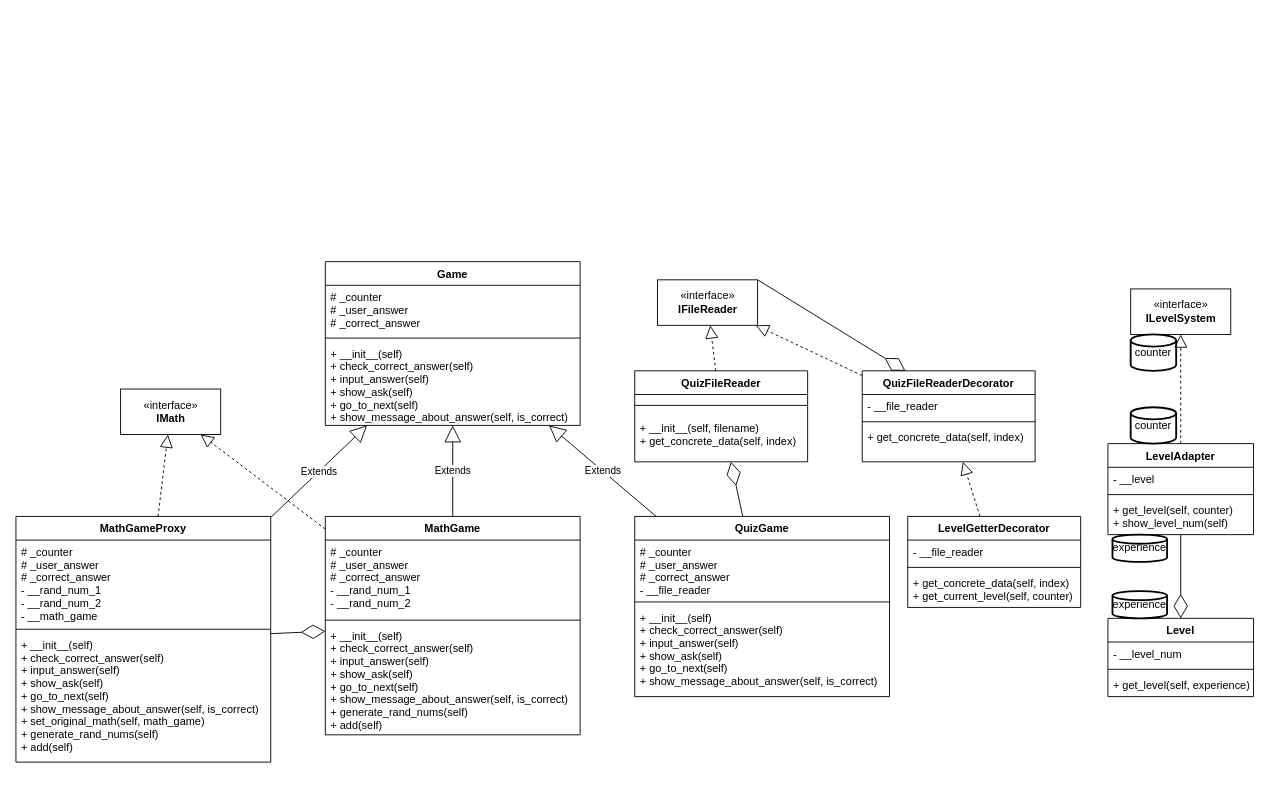
Earlier version of the draw.io diagram 6_sem/OOP__Kruchkova-Savchenko/лаб5-6/lab5_oop.drawio (ShulV/AltSTU_repo). Source tidied: cells renumbered, new cells numbered last; positions are measured from the earlier drawing's top-left corner, leaving out a move shared by most shapes. Both pictures are drawn from the tidied source at 91%, with x=0, y=0 at pixel (15, 261).
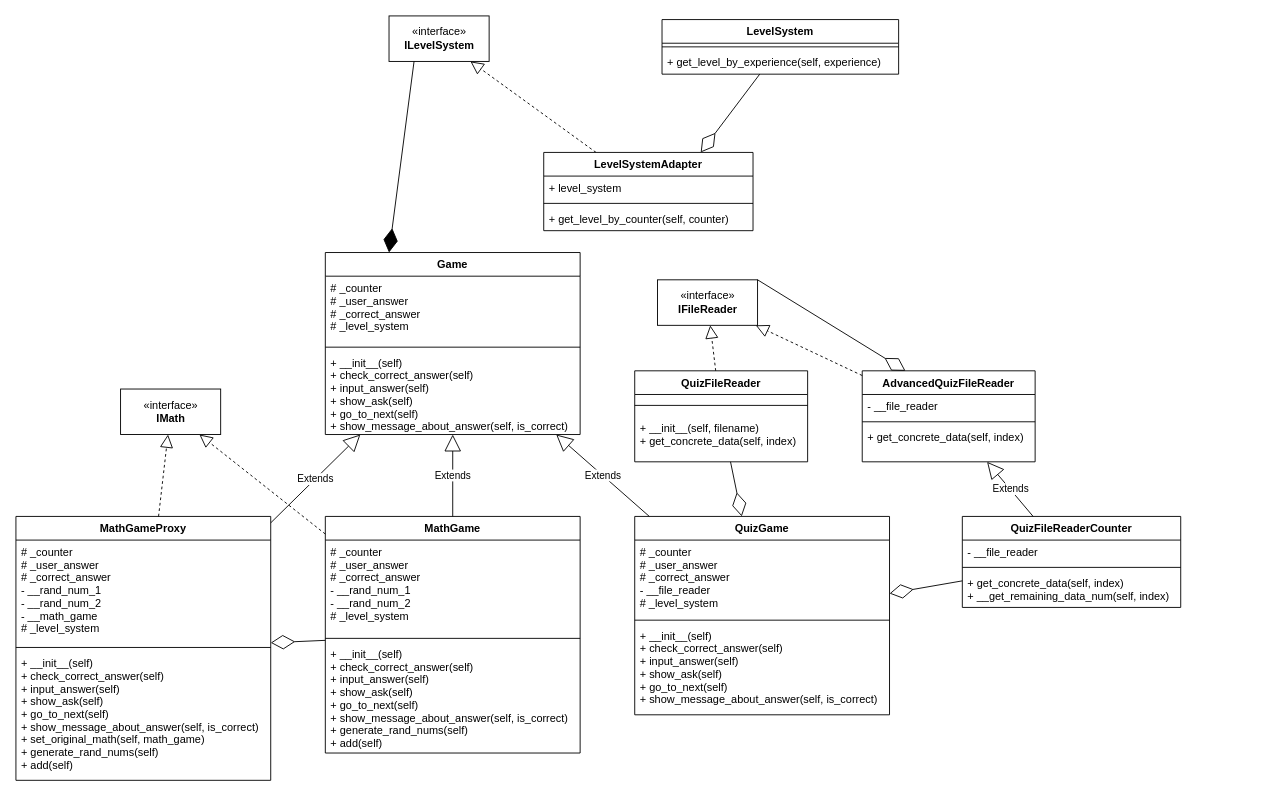
Above is the later version.

Unchanged cells that the change refers to:
```xml
<mxCell id="4" value="QuizFileReader" style="swimlane;fontStyle=1;align=center;verticalAlign=top;horizontal=1;startSize=26;" parent="1" vertex="1">
  <mxGeometry x="680" y="120" width="190" height="100" as="geometry" />
</mxCell>
```

The edit, as a diff of the source:
```diff
@@
     <mxCell id="8" value="Game" style="swimlane;fontStyle=1;align=center;verticalAlign=top;horizontal=1;startSize=26;" parent="1" vertex="1">
-      <mxGeometry x="340" width="280" height="180" as="geometry" />
+      <mxGeometry x="340" y="-10" width="280" height="200" as="geometry" />
     </mxCell>
-    <mxCell id="9" value="# _counter&#10;# _user_answer&#10;# _correct_answer" style="text;strokeColor=none;fillColor=none;align=left;verticalAlign=top;spacingLeft=4;spacingRight=4;overflow=hidden;" parent="8" vertex="1">
-      <mxGeometry y="26" width="280" height="54" as="geometry" />
+    <mxCell id="9" value="# _counter&#10;# _user_answer&#10;# _correct_answer&#10;# _level_system" style="text;strokeColor=none;fillColor=none;align=left;verticalAlign=top;spacingLeft=4;spacingRight=4;overflow=hidden;" parent="8" vertex="1">
+      <mxGeometry y="26" width="280" height="74" as="geometry" />
     </mxCell>
     <mxCell id="10" style="line;strokeWidth=1;fillColor=none;align=left;verticalAlign=middle;spacingTop=-1;spacingLeft=3;spacingRight=3;labelPosition=right;" parent="8" vertex="1">
-      <mxGeometry y="80" width="280" height="8" as="geometry" />
+      <mxGeometry y="100" width="280" height="8" as="geometry" />
     </mxCell>
     <mxCell id="11" value="+ __init__(self)&#10;+ check_correct_answer(self)&#10;+ input_answer(self)&#10;+ show_ask(self)&#10;+ go_to_next(self)&#10;+ show_message_about_answer(self, is_correct)" style="text;strokeColor=none;fillColor=none;align=left;verticalAlign=top;spacingLeft=4;spacingRight=4;overflow=hidden;" parent="8" vertex="1">
-      <mxGeometry y="88" width="280" height="92" as="geometry" />
+      <mxGeometry y="108" width="280" height="92" as="geometry" />
     </mxCell>
     <mxCell id="12" value="MathGame" style="swimlane;fontStyle=1;align=center;verticalAlign=top;horizontal=1;startSize=26;" parent="1" vertex="1">
-      <mxGeometry x="340" y="280" width="280" height="240" as="geometry" />
+      <mxGeometry x="340" y="280" width="280" height="260" as="geometry" />
     </mxCell>
-    <mxCell id="13" value="# _counter&#10;# _user_answer&#10;# _correct_answer&#10;- __rand_num_1&#10;- __rand_num_2" style="text;strokeColor=none;fillColor=none;align=left;verticalAlign=top;spacingLeft=4;spacingRight=4;overflow=hidden;" parent="12" vertex="1">
-      <mxGeometry y="26" width="280" height="84" as="geometry" />
+    <mxCell id="13" value="# _counter&#10;# _user_answer&#10;# _correct_answer&#10;- __rand_num_1&#10;- __rand_num_2&#10;# _level_system" style="text;strokeColor=none;fillColor=none;align=left;verticalAlign=top;spacingLeft=4;spacingRight=4;overflow=hidden;" parent="12" vertex="1">
+      <mxGeometry y="26" width="280" height="104" as="geometry" />
     </mxCell>
     <mxCell id="14" style="line;strokeWidth=1;fillColor=none;align=left;verticalAlign=middle;spacingTop=-1;spacingLeft=3;spacingRight=3;labelPosition=right;" parent="12" vertex="1">
-      <mxGeometry y="110" width="280" height="8" as="geometry" />
+      <mxGeometry y="130" width="280" height="8" as="geometry" />
     </mxCell>
     <mxCell id="15" value="+ __init__(self)&#10;+ check_correct_answer(self)&#10;+ input_answer(self)&#10;+ show_ask(self)&#10;+ go_to_next(self)&#10;+ show_message_about_answer(self, is_correct)&#10;+ generate_rand_nums(self)&#10;+ add(self)" style="text;strokeColor=none;fillColor=none;align=left;verticalAlign=top;spacingLeft=4;spacingRight=4;overflow=hidden;" parent="12" vertex="1">
-      <mxGeometry y="118" width="280" height="122" as="geometry" />
+      <mxGeometry y="138" width="280" height="122" as="geometry" />
     </mxCell>
     <mxCell id="16" value="MathGameProxy" style="swimlane;fontStyle=1;align=center;verticalAlign=top;horizontal=1;startSize=26;" parent="1" vertex="1">
-      <mxGeometry y="280" width="280" height="270" as="geometry" />
+      <mxGeometry y="280" width="280" height="290" as="geometry" />
     </mxCell>
-    <mxCell id="17" value="# _counter&#10;# _user_answer&#10;# _correct_answer&#10;- __rand_num_1&#10;- __rand_num_2&#10;- __math_game" style="text;strokeColor=none;fillColor=none;align=left;verticalAlign=top;spacingLeft=4;spacingRight=4;overflow=hidden;" parent="16" vertex="1">
-      <mxGeometry y="26" width="280" height="94" as="geometry" />
+    <mxCell id="17" value="# _counter&#10;# _user_answer&#10;# _correct_answer&#10;- __rand_num_1&#10;- __rand_num_2&#10;- __math_game&#10;# _level_system" style="text;strokeColor=none;fillColor=none;align=left;verticalAlign=top;spacingLeft=4;spacingRight=4;overflow=hidden;" parent="16" vertex="1">
+      <mxGeometry y="26" width="280" height="114" as="geometry" />
     </mxCell>
     <mxCell id="18" style="line;strokeWidth=1;fillColor=none;align=left;verticalAlign=middle;spacingTop=-1;spacingLeft=3;spacingRight=3;labelPosition=right;" parent="16" vertex="1">
-      <mxGeometry y="120" width="280" height="8" as="geometry" />
+      <mxGeometry y="140" width="280" height="8" as="geometry" />
     </mxCell>
     <mxCell id="19" value="+ __init__(self)&#10;+ check_correct_answer(self)&#10;+ input_answer(self)&#10;+ show_ask(self)&#10;+ go_to_next(self)&#10;+ show_message_about_answer(self, is_correct)&#10;+ set_original_math(self, math_game)&#10;+ generate_rand_nums(self)&#10;+ add(self)" style="text;strokeColor=none;fillColor=none;align=left;verticalAlign=top;spacingLeft=4;spacingRight=4;overflow=hidden;" parent="16" vertex="1">
-      <mxGeometry y="128" width="280" height="142" as="geometry" />
+      <mxGeometry y="148" width="280" height="142" as="geometry" />
     </mxCell>
@@
     <mxCell id="24" value="QuizGame" style="swimlane;fontStyle=1;align=center;verticalAlign=top;horizontal=1;startSize=26;" parent="1" vertex="1">
-      <mxGeometry x="680" y="280" width="280" height="198" as="geometry" />
+      <mxGeometry x="680" y="280" width="280" height="218" as="geometry" />
     </mxCell>
-    <mxCell id="25" value="# _counter&#10;# _user_answer&#10;# _correct_answer&#10;- __file_reader" style="text;strokeColor=none;fillColor=none;align=left;verticalAlign=top;spacingLeft=4;spacingRight=4;overflow=hidden;" parent="24" vertex="1">
-      <mxGeometry y="26" width="280" height="64" as="geometry" />
+    <mxCell id="25" value="# _counter&#10;# _user_answer&#10;# _correct_answer&#10;- __file_reader&#10;# _level_system" style="text;strokeColor=none;fillColor=none;align=left;verticalAlign=top;spacingLeft=4;spacingRight=4;overflow=hidden;" parent="24" vertex="1">
+      <mxGeometry y="26" width="280" height="84" as="geometry" />
     </mxCell>
     <mxCell id="26" style="line;strokeWidth=1;fillColor=none;align=left;verticalAlign=middle;spacingTop=-1;spacingLeft=3;spacingRight=3;labelPosition=right;" parent="24" vertex="1">
-      <mxGeometry y="90" width="280" height="8" as="geometry" />
+      <mxGeometry y="110" width="280" height="8" as="geometry" />
     </mxCell>
     <mxCell id="27" value="+ __init__(self)&#10;+ check_correct_answer(self)&#10;+ input_answer(self)&#10;+ show_ask(self)&#10;+ go_to_next(self)&#10;+ show_message_about_answer(self, is_correct)" style="text;strokeColor=none;fillColor=none;align=left;verticalAlign=top;spacingLeft=4;spacingRight=4;overflow=hidden;" parent="24" vertex="1">
-      <mxGeometry y="98" width="280" height="100" as="geometry" />
+      <mxGeometry y="118" width="280" height="100" as="geometry" />
     </mxCell>
@@
-    <mxCell id="29" style="endArrow=diamondThin;endFill=0;endSize=24;html=1;rounded=0;" parent="1" edge="1" source="24" target="4">
+    <mxCell id="29" style="endArrow=diamondThin;endFill=0;endSize=24;html=1;rounded=0;" parent="1" edge="1" source="4" target="24">
       <mxGeometry relative="1" as="geometry" />
     </mxCell>
-    <mxCell id="30" style="endArrow=diamondThin;endFill=0;endSize=24;html=1;rounded=0;" parent="1" edge="1" source="16" target="12">
+    <mxCell id="30" style="endArrow=diamondThin;endFill=0;endSize=24;html=1;rounded=0;" parent="1" edge="1" source="12" target="16">
       <mxGeometry relative="1" as="geometry" />
     </mxCell>
     <mxCell id="31" value="«interface»&lt;br&gt;&lt;b&gt;ILevelSystem&lt;br&gt;&lt;/b&gt;" style="html=1;" parent="1" vertex="1">
-      <mxGeometry x="1225" y="30" width="110" height="50" as="geometry" />
+      <mxGeometry x="410" y="-270" width="110" height="50" as="geometry" />
     </mxCell>
-    <mxCell id="32" value="experience" style="strokeWidth=2;html=1;shape=mxgraph.flowchart.database;whiteSpace=wrap;" parent="1" vertex="1">
-      <mxGeometry x="1205" y="300" width="60" height="30" as="geometry" />
-    </mxCell>
-    <mxCell id="33" value="counter" style="strokeWidth=2;html=1;shape=mxgraph.flowchart.database;whiteSpace=wrap;" parent="1" vertex="1">
-      <mxGeometry x="1225" y="80" width="50" height="40" as="geometry" />
-    </mxCell>
-    <mxCell id="34" style="endArrow=block;dashed=1;endFill=0;endSize=12;html=1;rounded=0;" parent="1" edge="1" source="41" target="31">
+    <mxCell id="34" style="endArrow=block;dashed=1;endFill=0;endSize=12;html=1;rounded=0;exitX=0.25;exitY=0;exitDx=0;exitDy=0;" parent="1" edge="1" source="59" target="31">
       <mxGeometry relative="1" as="geometry" />
     </mxCell>
-    <mxCell id="35" value="Level" style="swimlane;fontStyle=1;align=center;verticalAlign=top;horizontal=1;startSize=26;" parent="1" vertex="1">
-      <mxGeometry x="1200" y="392" width="160" height="86" as="geometry" />
+    <mxCell id="35" value="LevelSystem" style="swimlane;fontStyle=1;align=center;verticalAlign=top;horizontal=1;startSize=26;" parent="1" vertex="1">
+      <mxGeometry x="710" y="-266" width="260" height="60" as="geometry" />
     </mxCell>
-    <mxCell id="36" value="- __level_num" style="text;strokeColor=none;fillColor=none;align=left;verticalAlign=top;spacingLeft=4;spacingRight=4;overflow=hidden;" parent="35" vertex="1">
-      <mxGeometry y="26" width="160" height="26" as="geometry" />
-    </mxCell>
     <mxCell id="37" style="line;strokeWidth=1;fillColor=none;align=left;verticalAlign=middle;spacingTop=-1;spacingLeft=3;spacingRight=3;labelPosition=right;" parent="35" vertex="1">
-      <mxGeometry y="52" width="160" height="8" as="geometry" />
+      <mxGeometry y="26" width="260" height="8" as="geometry" />
     </mxCell>
-    <mxCell id="38" value="+ get_level(self, experience)" style="text;strokeColor=none;fillColor=none;align=left;verticalAlign=top;spacingLeft=4;spacingRight=4;overflow=hidden;" parent="35" vertex="1">
-      <mxGeometry y="60" width="160" height="26" as="geometry" />
+    <mxCell id="38" value="+ get_level_by_experience(self, experience)" style="text;strokeColor=none;fillColor=none;align=left;verticalAlign=top;spacingLeft=4;spacingRight=4;overflow=hidden;" parent="35" vertex="1">
+      <mxGeometry y="34" width="260" height="26" as="geometry" />
     </mxCell>
-    <mxCell id="39" value="experience" style="strokeWidth=2;html=1;shape=mxgraph.flowchart.database;whiteSpace=wrap;" parent="1" vertex="1">
-      <mxGeometry x="1205" y="362" width="60" height="30" as="geometry" />
-    </mxCell>
-    <mxCell id="40" style="endArrow=diamondThin;endFill=0;endSize=24;html=1;rounded=0;" parent="1" edge="1" source="41" target="35">
+    <mxCell id="40" style="endArrow=diamondThin;endFill=0;endSize=24;html=1;rounded=0;entryX=0.75;entryY=0;entryDx=0;entryDy=0;" parent="1" edge="1" source="35" target="59">
       <mxGeometry relative="1" as="geometry" />
     </mxCell>
-    <mxCell id="41" value="LevelAdapter" style="swimlane;fontStyle=1;align=center;verticalAlign=top;horizontal=1;startSize=26;" parent="1" vertex="1">
-      <mxGeometry x="1200" y="200" width="160" height="100" as="geometry" />
-    </mxCell>
-    <mxCell id="42" value="- __level" style="text;strokeColor=none;fillColor=none;align=left;verticalAlign=top;spacingLeft=4;spacingRight=4;overflow=hidden;" parent="41" vertex="1">
-      <mxGeometry y="26" width="160" height="26" as="geometry" />
-    </mxCell>
-    <mxCell id="43" style="line;strokeWidth=1;fillColor=none;align=left;verticalAlign=middle;spacingTop=-1;spacingLeft=3;spacingRight=3;labelPosition=right;" parent="41" vertex="1">
-      <mxGeometry y="52" width="160" height="8" as="geometry" />
-    </mxCell>
-    <mxCell id="44" value="+ get_level(self, counter)&#10;+ show_level_num(self)" style="text;strokeColor=none;fillColor=none;align=left;verticalAlign=top;spacingLeft=4;spacingRight=4;overflow=hidden;" parent="41" vertex="1">
-      <mxGeometry y="60" width="160" height="40" as="geometry" />
-    </mxCell>
-    <mxCell id="45" value="counter" style="strokeWidth=2;html=1;shape=mxgraph.flowchart.database;whiteSpace=wrap;" parent="1" vertex="1">
-      <mxGeometry x="1225" y="160" width="50" height="40" as="geometry" />
-    </mxCell>
-    <mxCell id="46" value="QuizFileReaderDecorator" style="swimlane;fontStyle=1;align=center;verticalAlign=top;horizontal=1;startSize=26;" parent="1" vertex="1">
+    <mxCell id="46" value="AdvancedQuizFileReader" style="swimlane;fontStyle=1;align=center;verticalAlign=top;horizontal=1;startSize=26;" parent="1" vertex="1">
       <mxGeometry x="930" y="120" width="190" height="100" as="geometry" />
     </mxCell>
@@
-    <mxCell id="52" value="LevelGetterDecorator" style="swimlane;fontStyle=1;align=center;verticalAlign=top;horizontal=1;startSize=26;" parent="1" vertex="1">
-      <mxGeometry x="980" y="280" width="190" height="100" as="geometry" />
+    <mxCell id="52" value="QuizFileReaderCounter" style="swimlane;fontStyle=1;align=center;verticalAlign=top;horizontal=1;startSize=26;" parent="1" vertex="1">
+      <mxGeometry x="1040" y="280" width="240" height="100" as="geometry" />
     </mxCell>
     <mxCell id="53" value="- __file_reader" style="text;strokeColor=none;fillColor=none;align=left;verticalAlign=top;spacingLeft=4;spacingRight=4;overflow=hidden;" parent="52" vertex="1">
-      <mxGeometry y="26" width="190" height="26" as="geometry" />
+      <mxGeometry y="26" width="240" height="26" as="geometry" />
     </mxCell>
     <mxCell id="54" style="line;strokeWidth=1;fillColor=none;align=left;verticalAlign=middle;spacingTop=-1;spacingLeft=3;spacingRight=3;labelPosition=right;" parent="52" vertex="1">
-      <mxGeometry y="52" width="190" height="8" as="geometry" />
+      <mxGeometry y="52" width="240" height="8" as="geometry" />
     </mxCell>
-    <mxCell id="55" value="+ get_concrete_data(self, index)&#10;+ get_current_level(self, counter)" style="text;strokeColor=none;fillColor=none;align=left;verticalAlign=top;spacingLeft=4;spacingRight=4;overflow=hidden;" parent="52" vertex="1">
-      <mxGeometry y="60" width="190" height="40" as="geometry" />
+    <mxCell id="55" value="+ get_concrete_data(self, index)&#10;+ __get_remaining_data_num(self, index)" style="text;strokeColor=none;fillColor=none;align=left;verticalAlign=top;spacingLeft=4;spacingRight=4;overflow=hidden;" parent="52" vertex="1">
+      <mxGeometry y="60" width="240" height="40" as="geometry" />
     </mxCell>
+    <mxCell id="57" style="endArrow=diamondThin;endFill=0;endSize=24;html=1;rounded=0;" parent="1" edge="1" source="52" target="24">
+      <mxGeometry relative="1" as="geometry" />
+    </mxCell>
-    <mxCell id="56" style="endArrow=block;dashed=1;endFill=0;endSize=12;html=1;rounded=0;" parent="1" edge="1" source="52" target="46">
+    <mxCell id="56" value="Extends" style="endArrow=block;endSize=16;endFill=0;html=1;rounded=0;" parent="1" edge="1" source="52" target="46">
       <mxGeometry relative="1" as="geometry" />
     </mxCell>
+    <mxCell id="58" style="endArrow=diamondThin;endFill=1;endSize=24;html=1;rounded=0;entryX=0.25;entryY=0;entryDx=0;entryDy=0;exitX=0.25;exitY=1;exitDx=0;exitDy=0;" parent="1" edge="1" source="31" target="8">
+      <mxGeometry relative="1" as="geometry" />
+    </mxCell>
+    <mxCell id="59" value="LevelSystemAdapter" style="swimlane;fontStyle=1;align=center;verticalAlign=top;horizontal=1;startSize=26;" parent="1" vertex="1">
+      <mxGeometry x="580" y="-120" width="230" height="86" as="geometry" />
+    </mxCell>
+    <mxCell id="60" value="+ level_system" style="text;strokeColor=none;fillColor=none;align=left;verticalAlign=top;spacingLeft=4;spacingRight=4;overflow=hidden;" parent="59" vertex="1">
+      <mxGeometry y="26" width="230" height="26" as="geometry" />
+    </mxCell>
+    <mxCell id="61" style="line;strokeWidth=1;fillColor=none;align=left;verticalAlign=middle;spacingTop=-1;spacingLeft=3;spacingRight=3;labelPosition=right;" parent="59" vertex="1">
+      <mxGeometry y="52" width="230" height="8" as="geometry" />
+    </mxCell>
+    <mxCell id="62" value="+ get_level_by_counter(self, counter)" style="text;strokeColor=none;fillColor=none;align=left;verticalAlign=top;spacingLeft=4;spacingRight=4;overflow=hidden;" parent="59" vertex="1">
+      <mxGeometry y="60" width="230" height="26" as="geometry" />
+    </mxCell>
```
